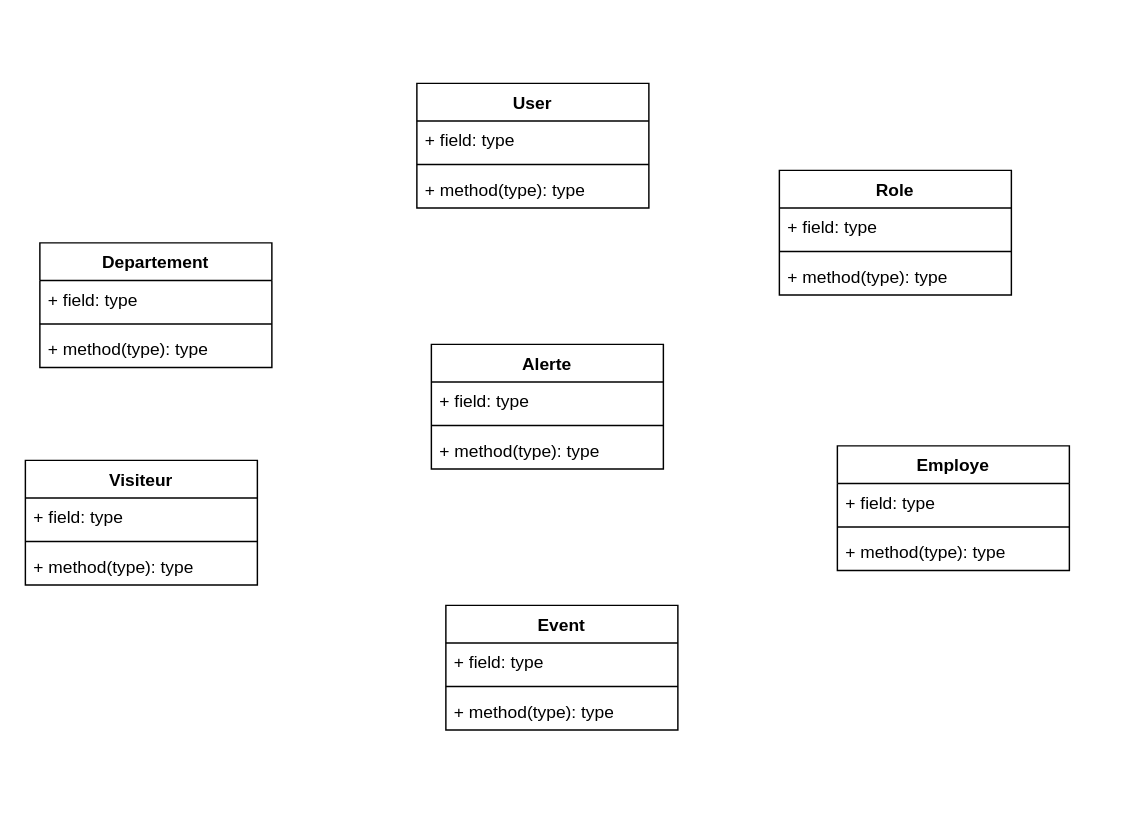
The draw.io diagram EntreeSorti.drawio in BachirSylla/exercices-uml, before the edit. Source tidied: cells renumbered, new cells numbered last; positions are measured from the earlier drawing's top-left corner, leaving out a move shared by most shapes. Both pictures are drawn from the tidied source at 145%, with x=0, y=0 at pixel (25, 83).
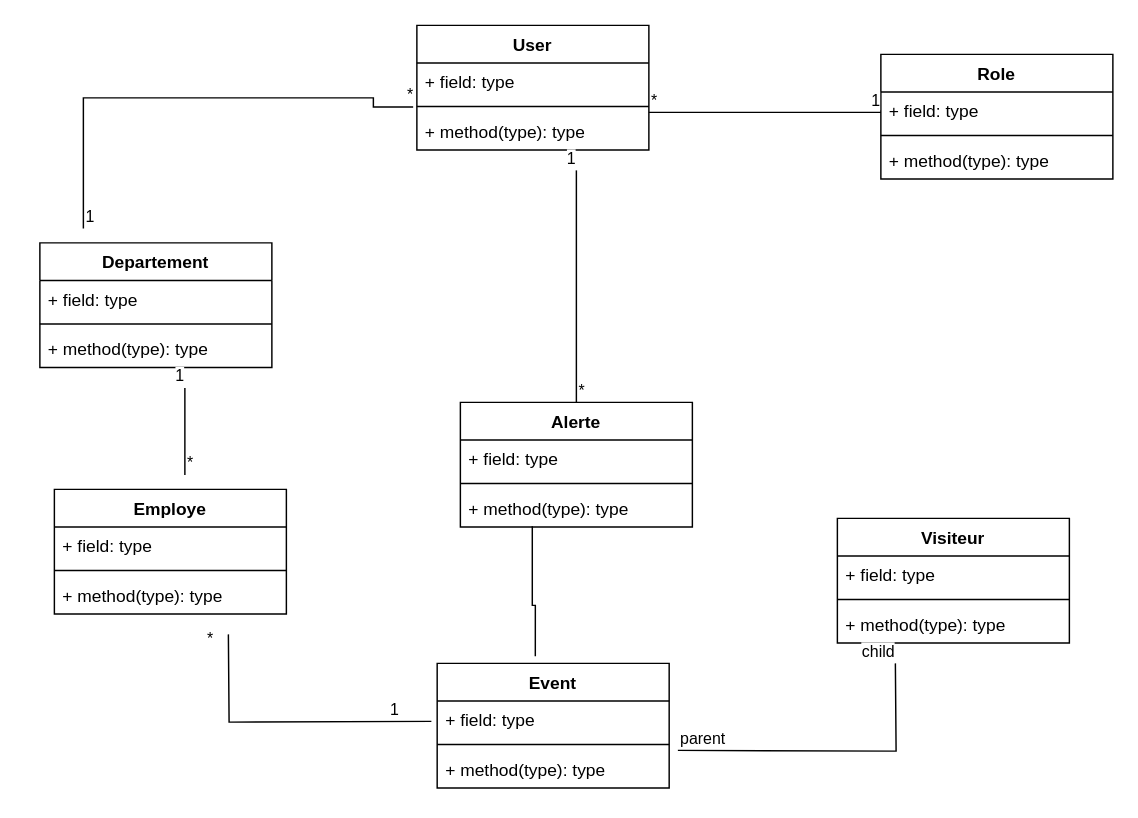
The same diagram, later.

Commit message (it also covers changes not shown here):
Mettre à jour EntreeSorti.drawio

Unchanged cells that the change refers to:
```xml
<mxCell id="5" value="+ method(type): type" style="text;strokeColor=none;fillColor=none;align=left;verticalAlign=top;spacingLeft=4;spacingRight=4;overflow=hidden;points=[[0,0.5],[1,0.5]];portConstraint=eastwest;whiteSpace=wrap;html=1;" parent="2" vertex="1">
  <mxGeometry y="60" width="160" height="26" as="geometry" />
</mxCell>
<mxCell id="13" value="+ method(type): type" style="text;strokeColor=none;fillColor=none;align=left;verticalAlign=top;spacingLeft=4;spacingRight=4;overflow=hidden;points=[[0,0.5],[1,0.5]];portConstraint=eastwest;whiteSpace=wrap;html=1;" parent="10" vertex="1">
  <mxGeometry y="60" width="160" height="26" as="geometry" />
</mxCell>
```

Diff of the diagram source:
```diff
@@
     <mxCell id="2" value="Alerte" style="swimlane;fontStyle=1;align=center;verticalAlign=top;horizontal=1;startSize=26;whiteSpace=wrap;html=1;" parent="1" vertex="1">
-      <mxGeometry x="280" y="180" width="160" height="86" as="geometry" />
+      <mxGeometry x="300" y="220" width="160" height="86" as="geometry" />
     </mxCell>
@@
     <mxCell id="10" value="User" style="swimlane;fontStyle=1;align=center;verticalAlign=top;horizontal=1;startSize=26;whiteSpace=wrap;html=1;" parent="1" vertex="1">
-      <mxGeometry x="270" width="160" height="86" as="geometry" />
+      <mxGeometry x="270" y="-40" width="160" height="86" as="geometry" />
     </mxCell>
@@
     <mxCell id="14" value="Role" style="swimlane;fontStyle=1;align=center;verticalAlign=top;horizontal=1;startSize=26;whiteSpace=wrap;html=1;" parent="1" vertex="1">
-      <mxGeometry x="520" y="60" width="160" height="86" as="geometry" />
+      <mxGeometry x="590" y="-20" width="160" height="86" as="geometry" />
     </mxCell>
@@
     <mxCell id="18" value="Employe" style="swimlane;fontStyle=1;align=center;verticalAlign=top;horizontal=1;startSize=26;whiteSpace=wrap;html=1;" parent="1" vertex="1">
-      <mxGeometry x="560" y="250" width="160" height="86" as="geometry" />
+      <mxGeometry x="20" y="280" width="160" height="86" as="geometry" />
     </mxCell>
@@
     <mxCell id="22" value="Event" style="swimlane;fontStyle=1;align=center;verticalAlign=top;horizontal=1;startSize=26;whiteSpace=wrap;html=1;" parent="1" vertex="1">
-      <mxGeometry x="290" y="360" width="160" height="86" as="geometry" />
+      <mxGeometry x="284" y="400" width="160" height="86" as="geometry" />
     </mxCell>
@@
     <mxCell id="26" value="Visiteur" style="swimlane;fontStyle=1;align=center;verticalAlign=top;horizontal=1;startSize=26;whiteSpace=wrap;html=1;" parent="1" vertex="1">
-      <mxGeometry y="260" width="160" height="86" as="geometry" />
+      <mxGeometry x="560" y="300" width="160" height="86" as="geometry" />
     </mxCell>
@@
+    <mxCell id="30" style="endArrow=none;html=1;edgeStyle=orthogonalEdgeStyle;rounded=0;" parent="1" edge="1">
+      <mxGeometry relative="1" as="geometry">
+        <mxPoint x="110" y="270" as="sourcePoint" />
+        <mxPoint x="110" y="210" as="targetPoint" />
+      </mxGeometry>
+    </mxCell>
+    <mxCell id="31" value="*" style="edgeLabel;html=1;align=left;verticalAlign=bottom;" parent="30" vertex="1">
+      <mxGeometry x="-1" relative="1" as="geometry" />
+    </mxCell>
+    <mxCell id="32" value="1" style="edgeLabel;html=1;align=right;verticalAlign=bottom;" parent="30" vertex="1">
+      <mxGeometry x="1" relative="1" as="geometry" />
+    </mxCell>
+    <mxCell id="33" style="endArrow=none;html=1;edgeStyle=orthogonalEdgeStyle;rounded=0;" parent="1" edge="1">
+      <mxGeometry relative="1" as="geometry">
+        <mxPoint x="430" y="20" as="sourcePoint" />
+        <mxPoint x="590" y="20" as="targetPoint" />
+      </mxGeometry>
+    </mxCell>
+    <mxCell id="34" value="*" style="edgeLabel;html=1;align=left;verticalAlign=bottom;" parent="33" vertex="1">
+      <mxGeometry x="-1" relative="1" as="geometry" />
+    </mxCell>
+    <mxCell id="35" value="1" style="edgeLabel;html=1;align=right;verticalAlign=bottom;" parent="33" vertex="1">
+      <mxGeometry x="1" relative="1" as="geometry" />
+    </mxCell>
+    <mxCell id="36" style="endArrow=none;html=1;edgeStyle=orthogonalEdgeStyle;rounded=0;exitX=0.5;exitY=0;exitDx=0;exitDy=0;" parent="1" edge="1" source="2">
+      <mxGeometry relative="1" as="geometry">
+        <mxPoint x="380" y="60" as="targetPoint" />
+      </mxGeometry>
+    </mxCell>
+    <mxCell id="37" value="*" style="edgeLabel;html=1;align=left;verticalAlign=bottom;" parent="36" vertex="1">
+      <mxGeometry x="-1" relative="1" as="geometry" />
+    </mxCell>
+    <mxCell id="38" value="1" style="edgeLabel;html=1;align=right;verticalAlign=bottom;" parent="36" vertex="1">
+      <mxGeometry x="1" relative="1" as="geometry" />
+    </mxCell>
+    <mxCell id="39" style="endArrow=none;html=1;edgeStyle=orthogonalEdgeStyle;rounded=0;entryX=-0.016;entryY=-0.141;entryDx=0;entryDy=0;entryPerimeter=0;" parent="1" edge="1" target="13">
+      <mxGeometry relative="1" as="geometry">
+        <mxPoint x="40" y="100" as="sourcePoint" />
+        <Array as="points">
+          <mxPoint x="40" y="10" />
+          <mxPoint x="240" y="10" />
+          <mxPoint x="240" y="16" />
+        </Array>
+      </mxGeometry>
+    </mxCell>
+    <mxCell id="40" value="1" style="edgeLabel;html=1;align=left;verticalAlign=bottom;" parent="39" vertex="1">
+      <mxGeometry x="-1" relative="1" as="geometry" />
+    </mxCell>
+    <mxCell id="41" value="*" style="edgeLabel;html=1;align=right;verticalAlign=bottom;" parent="39" vertex="1">
+      <mxGeometry x="1" relative="1" as="geometry" />
+    </mxCell>
+    <mxCell id="42" style="endArrow=none;html=1;edgeStyle=orthogonalEdgeStyle;rounded=0;" parent="1" edge="1">
+      <mxGeometry relative="1" as="geometry">
+        <mxPoint x="450" y="460" as="sourcePoint" />
+        <mxPoint x="600" y="400" as="targetPoint" />
+      </mxGeometry>
+    </mxCell>
+    <mxCell id="43" value="parent" style="edgeLabel;html=1;align=left;verticalAlign=bottom;" parent="42" vertex="1">
+      <mxGeometry x="-1" relative="1" as="geometry" />
+    </mxCell>
+    <mxCell id="44" value="child" style="edgeLabel;html=1;align=right;verticalAlign=bottom;" parent="42" vertex="1">
+      <mxGeometry x="1" relative="1" as="geometry" />
+    </mxCell>
+    <mxCell id="45" style="endArrow=none;html=1;edgeStyle=orthogonalEdgeStyle;rounded=0;" parent="1" edge="1">
+      <mxGeometry relative="1" as="geometry">
+        <mxPoint x="280" y="440" as="sourcePoint" />
+        <mxPoint x="140" y="380" as="targetPoint" />
+      </mxGeometry>
+    </mxCell>
+    <mxCell id="46" value="1" style="edgeLabel;html=1;align=left;verticalAlign=bottom;" parent="45" vertex="1">
+      <mxGeometry x="-1" relative="1" as="geometry">
+        <mxPoint x="-30" as="offset" />
+      </mxGeometry>
+    </mxCell>
+    <mxCell id="47" value="*" style="edgeLabel;html=1;align=right;verticalAlign=bottom;" parent="45" vertex="1">
+      <mxGeometry x="1" relative="1" as="geometry">
+        <mxPoint x="-10" y="11" as="offset" />
+      </mxGeometry>
+    </mxCell>
+    <mxCell id="48" style="endArrow=none;html=1;edgeStyle=orthogonalEdgeStyle;rounded=0;exitX=0.423;exitY=-0.058;exitDx=0;exitDy=0;exitPerimeter=0;entryX=0.31;entryY=0.977;entryDx=0;entryDy=0;entryPerimeter=0;" parent="1" edge="1" source="22" target="5">
+      <mxGeometry relative="1" as="geometry">
+        <Array as="points">
+          <mxPoint x="352" y="360" />
+          <mxPoint x="350" y="360" />
+        </Array>
+      </mxGeometry>
+    </mxCell>
```
